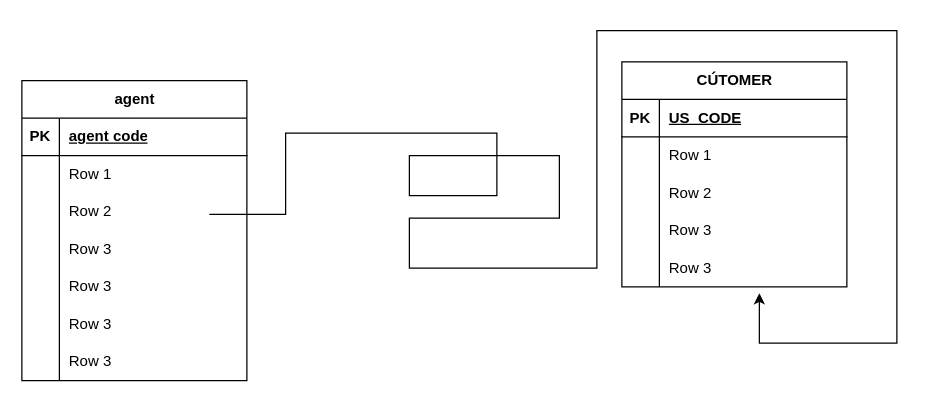
Before: Biểu đồ không có tiêu đề.drawio in kienkohai/furry, a draw.io diagram. Source tidied: cells renumbered, new cells numbered last; positions are measured from the earlier drawing's top-left corner, leaving out a move shared by most shapes. Both pictures are drawn from the tidied source at 125%, with x=0, y=0 at pixel (21, 30).
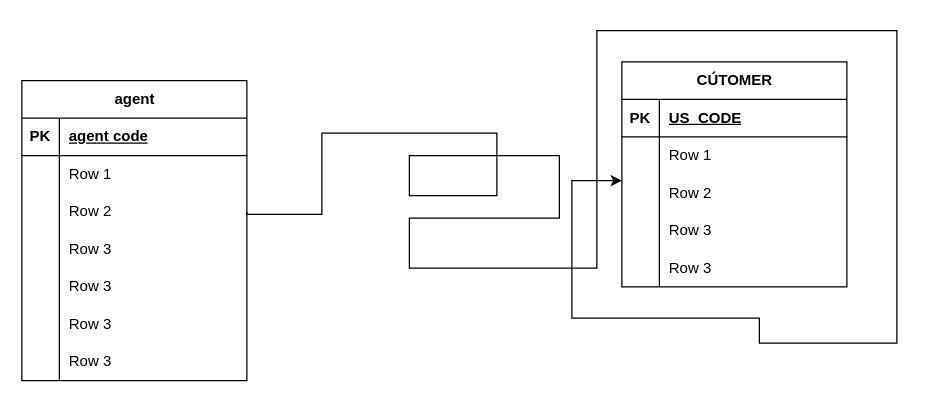
The same diagram, later.

Commit message (it also covers changes not shown here):
Cập nhật Biểu đồ không có tiêu đề.drawio

Unchanged cells that the change refers to:
```xml
<mxCell id="9" style="shape=tableRow;horizontal=0;startSize=0;swimlaneHead=0;swimlaneBody=0;fillColor=none;points=[[0,0.5],[1,0.5]];portConstraint=eastwest;top=0;left=0;right=0;bottom=0;" parent="2" vertex="1">
  <mxGeometry y="90" width="180" height="30" as="geometry" />
</mxCell>
<mxCell id="31" style="shape=tableRow;horizontal=0;startSize=0;swimlaneHead=0;swimlaneBody=0;fillColor=none;points=[[0,0.5],[1,0.5]];portConstraint=eastwest;top=0;left=0;right=0;bottom=0;" parent="24" vertex="1">
  <mxGeometry y="90" width="180" height="30" as="geometry" />
</mxCell>
<mxCell id="37" style="shape=tableRow;horizontal=0;startSize=0;swimlaneHead=0;swimlaneBody=0;fillColor=none;points=[[0,0.5],[1,0.5]];portConstraint=eastwest;top=0;left=0;right=0;bottom=0;" parent="24" vertex="1">
  <mxGeometry y="150" width="180" height="30" as="geometry" />
</mxCell>
```

The edit, as a diff of the source:
```diff
@@
-    <mxCell id="40" style="edgeStyle=orthogonalEdgeStyle;rounded=0;jettySize=auto;html=1;entryX=0.611;entryY=1.167;entryDx=0;entryDy=0;entryPerimeter=0;" parent="1" edge="1" target="37">
+    <mxCell id="40" style="edgeStyle=orthogonalEdgeStyle;rounded=0;jettySize=auto;html=1;exitX=1;exitY=0.5;exitDx=0;exitDy=0;entryX=0;entryY=0.167;entryDx=0;entryDy=0;entryPerimeter=0;" parent="1" edge="1" source="9" target="31">
       <mxGeometry relative="1" as="geometry">
-        <mxPoint x="150" y="147" as="sourcePoint" />
         <Array as="points">
-          <mxPoint x="211" y="147" />
-          <mxPoint x="211" y="82" />
+          <mxPoint x="180" y="147" />
+          <mxPoint x="240" y="147" />
+          <mxPoint x="240" y="82" />
           <mxPoint x="380" y="82" />
           <mxPoint x="380" y="132" />
           <mxPoint x="310" y="132" />
           <mxPoint x="310" y="100" />
           <mxPoint x="430" y="100" />
           <mxPoint x="430" y="150" />
           <mxPoint x="310" y="150" />
           <mxPoint x="310" y="190" />
           <mxPoint x="460" y="190" />
           <mxPoint x="460" />
           <mxPoint x="700" />
           <mxPoint x="700" y="250" />
           <mxPoint x="590" y="250" />
+          <mxPoint x="590" y="230" />
+          <mxPoint x="440" y="230" />
+          <mxPoint x="440" y="120" />
         </Array>
       </mxGeometry>
     </mxCell>
```
